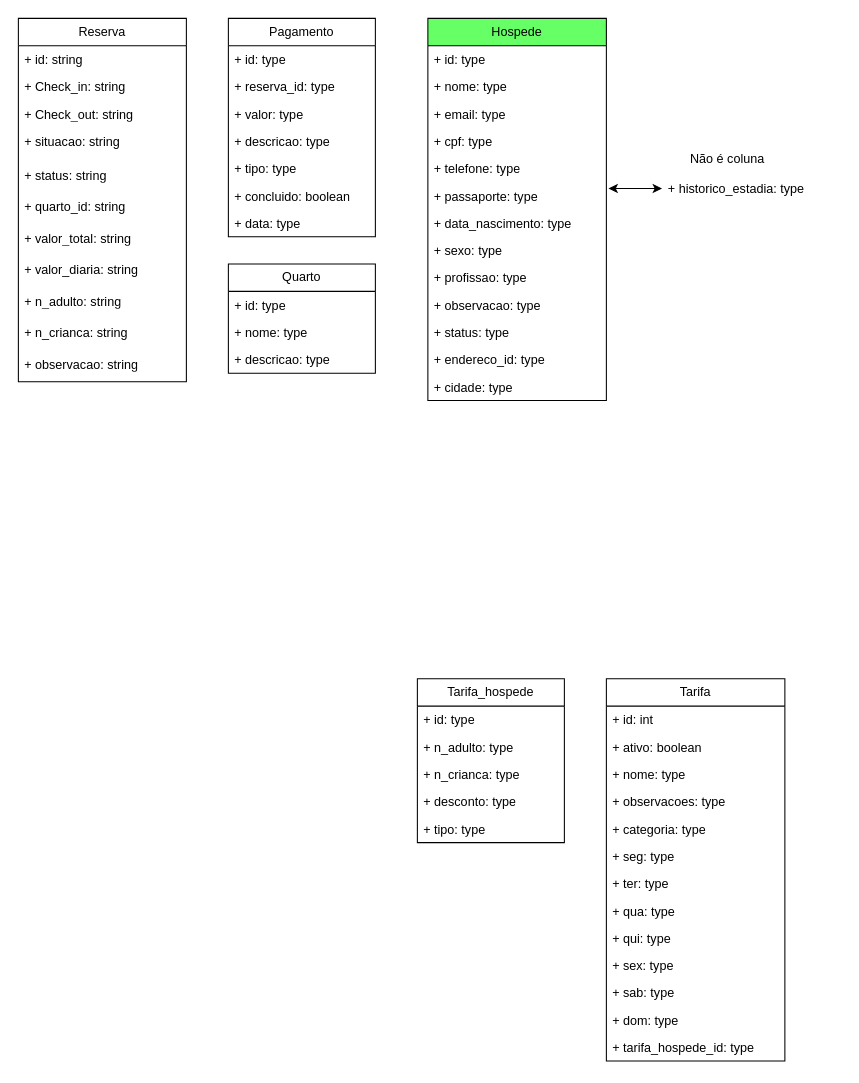
The draw.io diagram page "Hotel" (5 of 6) of Tabelas.drawio in FSOFTSistemas/lago_sao_francisco, before the edit. Source tidied: cells renumbered, new cells numbered last; positions are measured from the earlier drawing's top-left corner, leaving out a move shared by most shapes. Both pictures are drawn from the tidied source at 105%, with x=0, y=0 at pixel (18, 18).
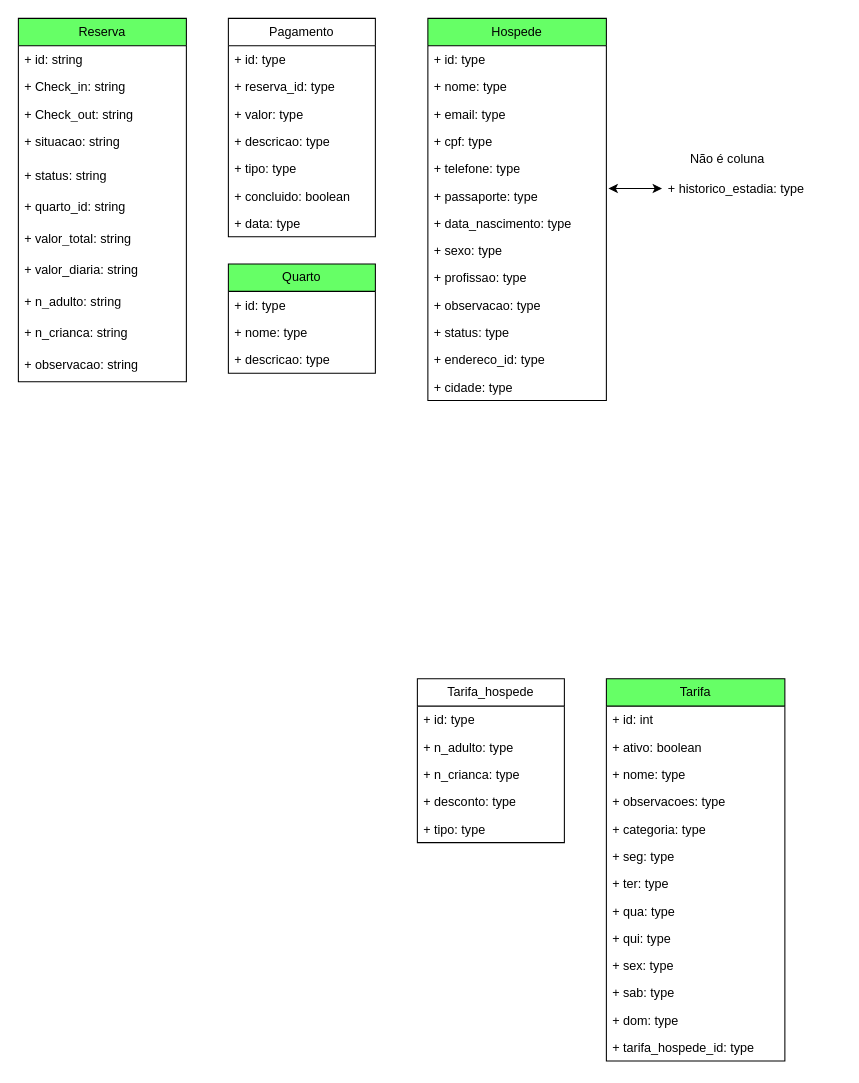
After the change.

The edit, as a diff of the source:
```diff
@@
-    <mxCell id="2" value="Reserva" style="swimlane;fontStyle=0;horizontal=1;startSize=26;fillColor=#FFFFFF;whiteSpace=wrap;html=1;" parent="1" vertex="1">
+    <mxCell id="2" value="Reserva" style="swimlane;fontStyle=0;horizontal=1;startSize=26;fillColor=#66FF66;whiteSpace=wrap;html=1;" parent="1" vertex="1">
       <mxGeometry width="160" height="346" as="geometry" />
     </mxCell>
@@
-    <mxCell id="36" value="Quarto" style="swimlane;fontStyle=0;horizontal=1;startSize=26;fillColor=none;whiteSpace=wrap;html=1;" parent="1" vertex="1">
+    <mxCell id="36" value="Quarto" style="swimlane;fontStyle=0;horizontal=1;startSize=26;fillColor=#66FF66;whiteSpace=wrap;html=1;" parent="1" vertex="1">
       <mxGeometry x="200" y="234" width="140" height="104" as="geometry" />
     </mxCell>
@@
-    <mxCell id="43" value="Tarifa" style="swimlane;fontStyle=0;horizontal=1;startSize=26;fillColor=none;whiteSpace=wrap;html=1;" parent="1" vertex="1">
+    <mxCell id="43" value="Tarifa" style="swimlane;fontStyle=0;horizontal=1;startSize=26;fillColor=#66FF66;whiteSpace=wrap;html=1;" parent="1" vertex="1">
       <mxGeometry x="560" y="629" width="170" height="364" as="geometry" />
     </mxCell>
```
